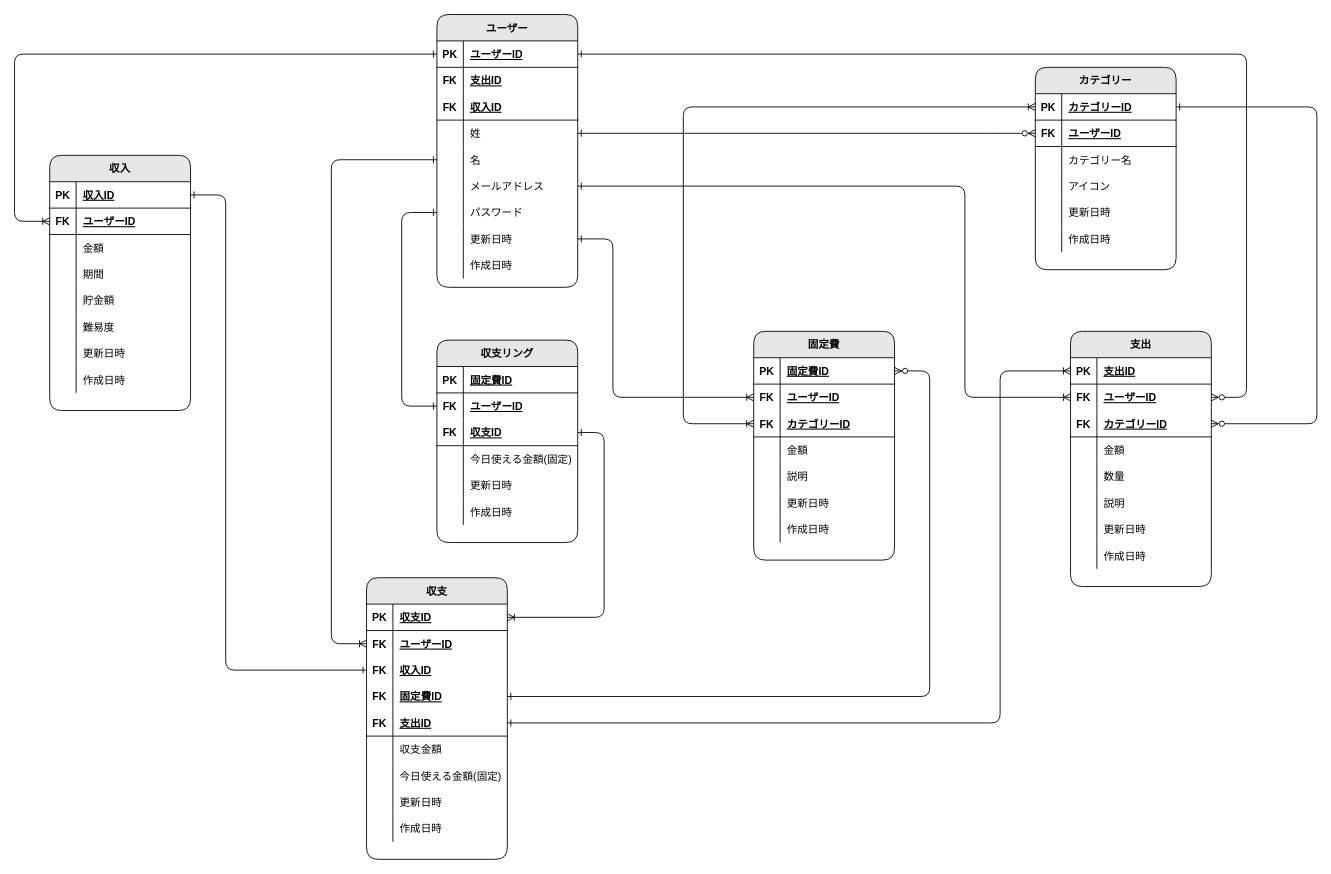
Earlier version of the draw.io diagram app/assets/document/ER_diagram/ER_config.dio (matthewkendrick/hoWseed). Source tidied: cells renumbered, new cells numbered last; positions are measured from the earlier drawing's top-left corner, leaving out a move shared by most shapes. Both pictures are drawn from the tidied source at 88%, with x=0, y=0 at pixel (-21, 14).
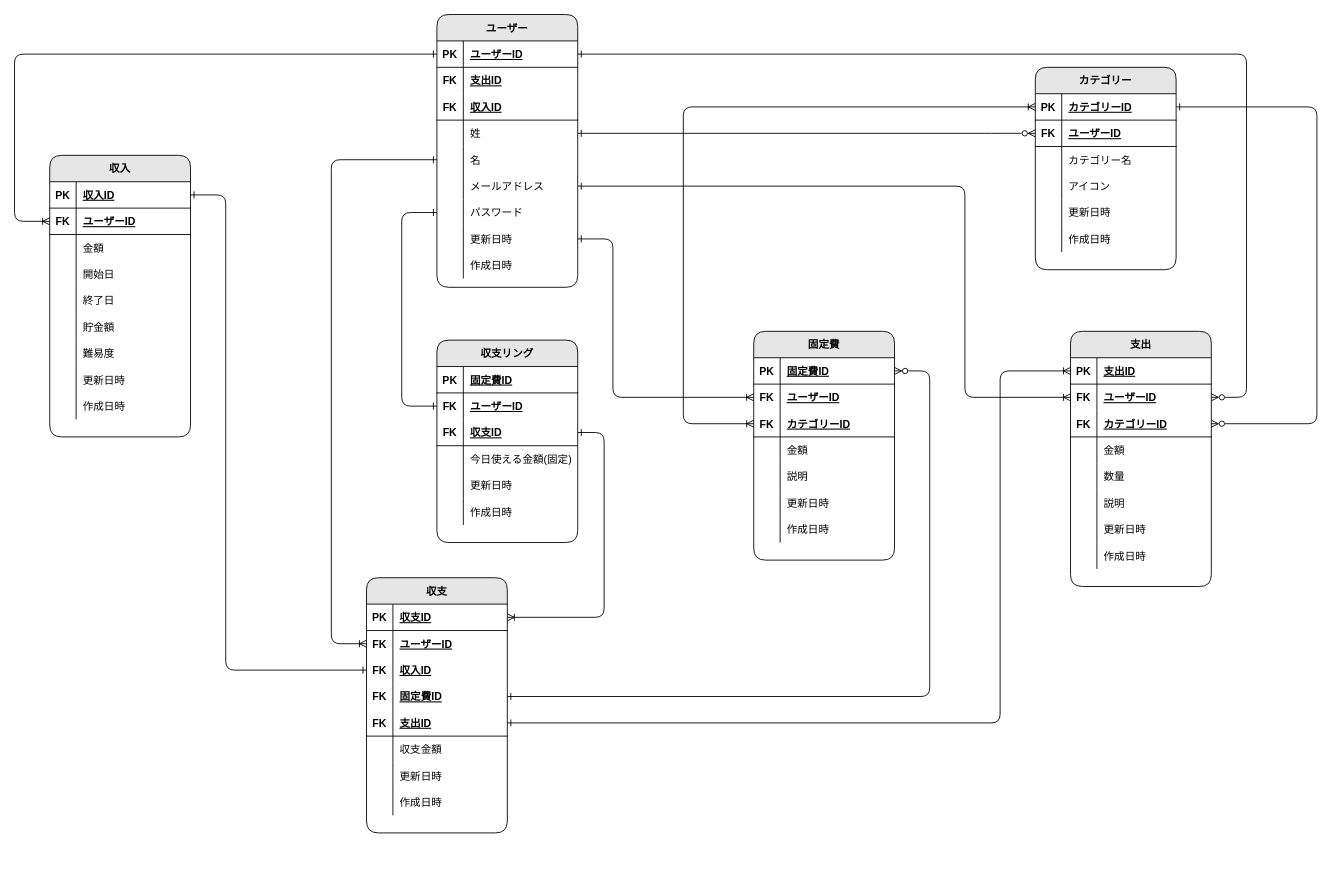
Above is the later version.

Unchanged cells that the change refers to:
```xml
<mxCell id="112" style="shape=partialRectangle;fillColor=none;top=0;left=0;bottom=0;right=0;rounded=1;" parent="102" vertex="1">
  <mxGeometry y="120" width="160" height="30" as="geometry" />
</mxCell>
```

What changed in the source:
```diff
@@
     <mxCell id="74" value="収支" style="shape=table;startSize=30;childLayout=tableLayout;rowLines=0;fontStyle=1;align=center;rounded=1;fillColor=#E6E6E6;" parent="1" vertex="1">
-      <mxGeometry x="440" y="640" width="160" height="320" as="geometry" />
+      <mxGeometry x="440" y="640" width="160" height="290" as="geometry" />
     </mxCell>
@@
-    <mxCell id="93" style="shape=partialRectangle;fillColor=none;top=0;left=0;bottom=0;right=0;rounded=1;" parent="74" vertex="1">
-      <mxGeometry y="210" width="160" height="30" as="geometry" />
-    </mxCell>
-    <mxCell id="94" style="shape=partialRectangle;fillColor=none;top=0;left=0;bottom=0;right=0;overflow=hidden;rounded=1;" parent="93" vertex="1">
-      <mxGeometry width="30" height="30" as="geometry" />
-    </mxCell>
-    <mxCell id="95" value="今日使える金額(固定)" style="shape=partialRectangle;fillColor=none;top=0;left=0;bottom=0;right=0;align=left;spacingLeft=6;overflow=hidden;rounded=1;" parent="93" vertex="1">
-      <mxGeometry x="30" width="130" height="30" as="geometry" />
-    </mxCell>
     <mxCell id="96" style="shape=partialRectangle;fillColor=none;top=0;left=0;bottom=0;right=0;rounded=1;" parent="74" vertex="1">
-      <mxGeometry y="240" width="160" height="30" as="geometry" />
+      <mxGeometry y="210" width="160" height="30" as="geometry" />
     </mxCell>
@@
     <mxCell id="99" style="shape=partialRectangle;fillColor=none;top=0;left=0;bottom=0;right=0;rounded=1;" parent="74" vertex="1">
-      <mxGeometry y="270" width="160" height="30" as="geometry" />
+      <mxGeometry y="240" width="160" height="30" as="geometry" />
     </mxCell>
@@
     <mxCell id="102" value="収入" style="shape=table;startSize=30;childLayout=tableLayout;rowLines=0;fontStyle=1;align=center;rounded=1;fillColor=#E6E6E6;" parent="1" vertex="1">
-      <mxGeometry x="80" y="160" width="160" height="290" as="geometry" />
+      <mxGeometry x="80" y="160" width="160" height="320" as="geometry" />
     </mxCell>
@@
-    <mxCell id="113" style="shape=partialRectangle;fillColor=none;top=0;left=0;bottom=0;right=0;overflow=hidden;rounded=1;" parent="112" vertex="1">
-      <mxGeometry width="30" height="30" as="geometry" />
-    </mxCell>
-    <mxCell id="114" value="期間" style="shape=partialRectangle;fillColor=none;top=0;left=0;bottom=0;right=0;align=left;spacingLeft=6;overflow=hidden;rounded=1;" parent="112" vertex="1">
-      <mxGeometry x="30" width="130" height="30" as="geometry" />
-    </mxCell>
+    <mxCell id="181" style="shape=partialRectangle;fillColor=none;top=0;left=0;bottom=0;right=0;overflow=hidden;rounded=1;" parent="112" vertex="1">
+      <mxGeometry width="30" height="30" as="geometry" />
+    </mxCell>
+    <mxCell id="182" value="開始日" style="shape=partialRectangle;fillColor=none;top=0;left=0;bottom=0;right=0;align=left;spacingLeft=6;overflow=hidden;rounded=1;" parent="112" vertex="1">
+      <mxGeometry x="30" width="130" height="30" as="geometry" />
+    </mxCell>
+    <mxCell id="183" style="shape=partialRectangle;fillColor=none;top=0;left=0;bottom=0;right=0;rounded=1;" parent="102" vertex="1">
+      <mxGeometry y="150" width="160" height="30" as="geometry" />
+    </mxCell>
+    <mxCell id="184" style="shape=partialRectangle;fillColor=none;top=0;left=0;bottom=0;right=0;overflow=hidden;rounded=1;" parent="183" vertex="1">
+      <mxGeometry width="30" height="30" as="geometry" />
+    </mxCell>
+    <mxCell id="185" value="終了日" style="shape=partialRectangle;fillColor=none;top=0;left=0;bottom=0;right=0;align=left;spacingLeft=6;overflow=hidden;rounded=1;" parent="183" vertex="1">
+      <mxGeometry x="30" width="130" height="30" as="geometry" />
+    </mxCell>
     <mxCell id="115" style="shape=partialRectangle;fillColor=none;top=0;left=0;bottom=0;right=0;rounded=1;" parent="102" vertex="1">
-      <mxGeometry y="150" width="160" height="30" as="geometry" />
+      <mxGeometry y="180" width="160" height="30" as="geometry" />
     </mxCell>
@@
     <mxCell id="118" style="shape=partialRectangle;fillColor=none;top=0;left=0;bottom=0;right=0;rounded=1;" parent="102" vertex="1">
-      <mxGeometry y="180" width="160" height="30" as="geometry" />
+      <mxGeometry y="210" width="160" height="30" as="geometry" />
     </mxCell>
@@
     <mxCell id="121" style="shape=partialRectangle;fillColor=none;top=0;left=0;bottom=0;right=0;rounded=1;" parent="102" vertex="1">
-      <mxGeometry y="210" width="160" height="30" as="geometry" />
+      <mxGeometry y="240" width="160" height="30" as="geometry" />
     </mxCell>
@@
     <mxCell id="124" style="shape=partialRectangle;fillColor=none;top=0;left=0;bottom=0;right=0;rounded=1;" parent="102" vertex="1">
-      <mxGeometry y="240" width="160" height="30" as="geometry" />
+      <mxGeometry y="270" width="160" height="30" as="geometry" />
     </mxCell>
```
